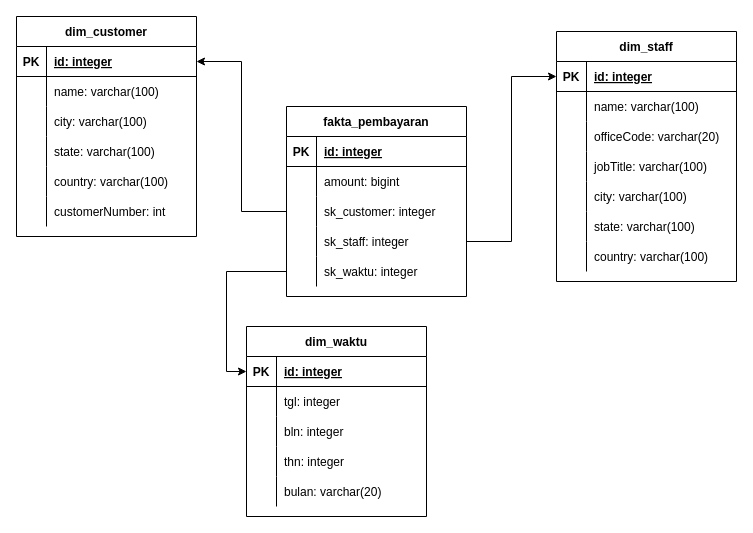
Before: TM-4/design-dwh.drawio in tamami-phb/dwh-a, a draw.io diagram. Source tidied: cells renumbered, new cells numbered last; positions are measured from the earlier drawing's top-left corner, leaving out a move shared by most shapes. Both pictures are drawn from the tidied source at 100%, with x=0, y=0 at pixel (16, 16).
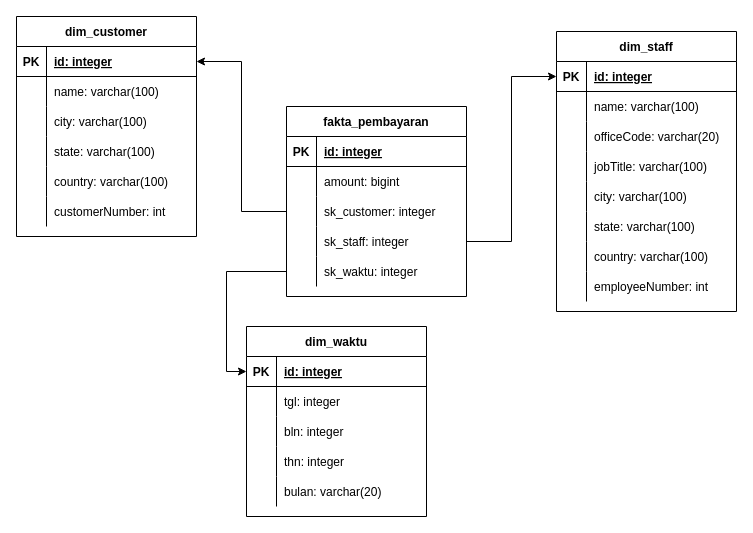
Above is the later version.

What changed in the source:
```diff
@@
     <mxCell id="38" value="dim_staff" style="shape=table;startSize=30;childLayout=tableLayout;rowLines=0;fontStyle=1;align=center;" parent="1" vertex="1">
-      <mxGeometry x="540" y="15" width="180" height="250" as="geometry" />
+      <mxGeometry x="540" y="15" width="180" height="280" as="geometry" />
     </mxCell>
@@
+    <mxCell id="78" style="shape=partialRectangle;fillColor=none;top=0;left=0;bottom=0;right=0;" parent="38" vertex="1">
+      <mxGeometry y="240" width="180" height="30" as="geometry" />
+    </mxCell>
+    <mxCell id="79" style="shape=partialRectangle;fillColor=none;top=0;left=0;bottom=0;right=0;overflow=hidden;" parent="78" vertex="1">
+      <mxGeometry width="30" height="30" as="geometry" />
+    </mxCell>
+    <mxCell id="80" value="employeeNumber: int" style="shape=partialRectangle;fillColor=none;top=0;left=0;bottom=0;right=0;align=left;spacingLeft=6;overflow=hidden;" parent="78" vertex="1">
+      <mxGeometry x="30" width="150" height="30" as="geometry" />
+    </mxCell>
```
